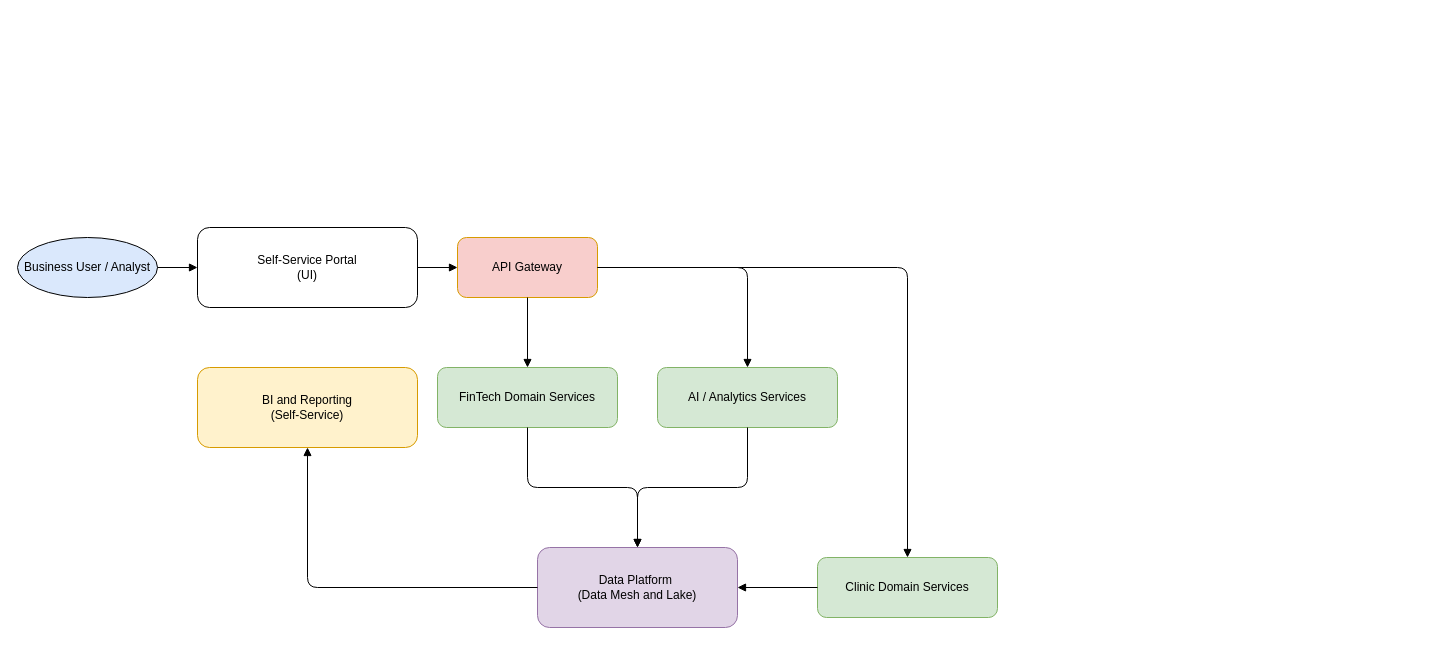
Above: Task 1/architecture_to_be_in_1_year.drawio in archibald7812/architecture-future_2_0 (draw.io), before the change. Source tidied: cells renumbered, new cells numbered last; positions are measured from the earlier drawing's top-left corner, leaving out a move shared by most shapes. Both pictures are drawn from the tidied source at 100%, with x=0, y=0 at pixel (17, 227).
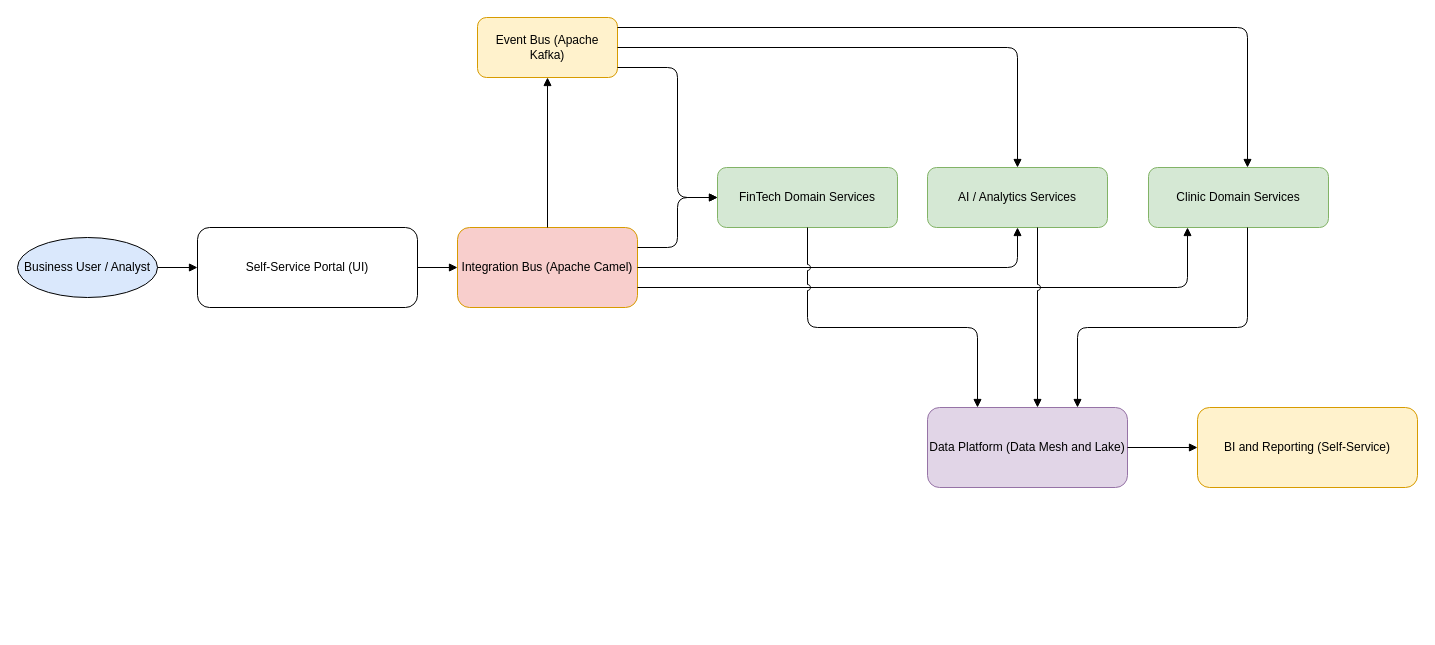
The same diagram, later.

Commit message (it also covers changes not shown here):
Исправления задания 1

Diff of the diagram source:
```diff
@@
-    <mxCell id="3" value="Self-Service Portal&lt;div&gt;(UI)&lt;/div&gt;" style="rounded=1;whiteSpace=wrap;html=1;fillColor=#ffffff;strokeColor=#000000;" parent="1" vertex="1">
+    <mxCell id="3" value="Self-Service Portal (UI)" style="rounded=1;whiteSpace=wrap;html=1;fillColor=#ffffff;strokeColor=#000000;" parent="1" vertex="1">
       <mxGeometry x="180" width="220" height="80" as="geometry" />
     </mxCell>
-    <mxCell id="4" value="API Gateway" style="rounded=1;whiteSpace=wrap;html=1;fillColor=#f8cecc;strokeColor=#d79b00;" parent="1" vertex="1">
-      <mxGeometry x="440" y="10" width="140" height="60" as="geometry" />
-    </mxCell>
+    <mxCell id="19" value="Integration Bus (Apache Camel)" style="rounded=1;whiteSpace=wrap;html=1;fillColor=#f8cecc;strokeColor=#d79b00;" parent="1" vertex="1">
+      <mxGeometry x="440" width="180" height="80" as="geometry" />
+    </mxCell>
+    <mxCell id="20" value="Event Bus (Apache Kafka)" style="rounded=1;whiteSpace=wrap;html=1;fillColor=#fff2cc;strokeColor=#d79b00;" parent="1" vertex="1">
+      <mxGeometry x="460" y="-210" width="140" height="60" as="geometry" />
+    </mxCell>
     <mxCell id="5" value="Clinic Domain Services" style="rounded=1;whiteSpace=wrap;html=1;fillColor=#d5e8d4;strokeColor=#82b366;" parent="1" vertex="1">
-      <mxGeometry x="800" y="330" width="180" height="60" as="geometry" />
+      <mxGeometry x="1131" y="-60" width="180" height="60" as="geometry" />
     </mxCell>
     <mxCell id="6" value="FinTech Domain Services" style="rounded=1;whiteSpace=wrap;html=1;fillColor=#d5e8d4;strokeColor=#82b366;" parent="1" vertex="1">
-      <mxGeometry x="420" y="140" width="180" height="60" as="geometry" />
+      <mxGeometry x="700" y="-60" width="180" height="60" as="geometry" />
     </mxCell>
     <mxCell id="7" value="AI / Analytics Services" style="rounded=1;whiteSpace=wrap;html=1;fillColor=#d5e8d4;strokeColor=#82b366;" parent="1" vertex="1">
-      <mxGeometry x="640" y="140" width="180" height="60" as="geometry" />
+      <mxGeometry x="910" y="-60" width="180" height="60" as="geometry" />
     </mxCell>
-    <mxCell id="8" value="Data Platform&amp;nbsp;&lt;div&gt;(Data Mesh and Lake)&lt;/div&gt;" style="rounded=1;whiteSpace=wrap;html=1;fillColor=#e1d5e7;strokeColor=#9673a6;" parent="1" vertex="1">
-      <mxGeometry x="520" y="320" width="200" height="80" as="geometry" />
+    <mxCell id="8" value="Data Platform (Data Mesh and Lake)" style="rounded=1;whiteSpace=wrap;html=1;fillColor=#e1d5e7;strokeColor=#9673a6;" parent="1" vertex="1">
+      <mxGeometry x="910" y="180" width="200" height="80" as="geometry" />
     </mxCell>
-    <mxCell id="9" value="BI and Reporting&lt;div&gt;(Self-Service)&lt;/div&gt;" style="rounded=1;whiteSpace=wrap;html=1;fillColor=#fff2cc;strokeColor=#d79b00;" parent="1" vertex="1">
-      <mxGeometry x="180" y="140" width="220" height="80" as="geometry" />
+    <mxCell id="9" value="BI and Reporting (Self-Service)" style="rounded=1;whiteSpace=wrap;html=1;fillColor=#fff2cc;strokeColor=#d79b00;" parent="1" vertex="1">
+      <mxGeometry x="1180" y="180" width="220" height="80" as="geometry" />
     </mxCell>
@@
-    <mxCell id="11" style="edgeStyle=orthogonalEdgeStyle;endArrow=block;html=1;" parent="1" edge="1" source="3" target="4">
+    <mxCell id="11" style="edgeStyle=orthogonalEdgeStyle;endArrow=block;html=1;" parent="1" edge="1" source="3" target="19">
       <mxGeometry relative="1" as="geometry" />
     </mxCell>
-    <mxCell id="12" style="edgeStyle=orthogonalEdgeStyle;endArrow=block;html=1;" parent="1" edge="1" source="4" target="5">
-      <mxGeometry relative="1" as="geometry" />
+    <mxCell id="12" style="edgeStyle=orthogonalEdgeStyle;endArrow=block;html=1;" parent="1" edge="1" source="19" target="5">
+      <mxGeometry relative="1" as="geometry">
+        <Array as="points">
+          <mxPoint x="1170" y="60" />
+        </Array>
+      </mxGeometry>
     </mxCell>
-    <mxCell id="13" style="edgeStyle=orthogonalEdgeStyle;endArrow=block;html=1;" parent="1" edge="1" source="4" target="6">
-      <mxGeometry relative="1" as="geometry" />
+    <mxCell id="13" style="edgeStyle=orthogonalEdgeStyle;endArrow=block;html=1;" parent="1" edge="1" source="19" target="6">
+      <mxGeometry relative="1" as="geometry">
+        <Array as="points">
+          <mxPoint x="660" y="20" />
+          <mxPoint x="660" y="-30" />
+        </Array>
+      </mxGeometry>
     </mxCell>
-    <mxCell id="14" style="edgeStyle=orthogonalEdgeStyle;endArrow=block;html=1;" parent="1" edge="1" source="4" target="7">
-      <mxGeometry relative="1" as="geometry" />
+    <mxCell id="14" style="edgeStyle=orthogonalEdgeStyle;endArrow=block;html=1;" parent="1" edge="1" source="19" target="7">
+      <mxGeometry relative="1" as="geometry">
+        <Array as="points">
+          <mxPoint x="1000" y="40" />
+        </Array>
+      </mxGeometry>
     </mxCell>
-    <mxCell id="15" style="edgeStyle=orthogonalEdgeStyle;endArrow=block;html=1;" parent="1" edge="1" source="5" target="8">
+    <mxCell id="15" style="edgeStyle=orthogonalEdgeStyle;endArrow=block;html=1;entryX=0.5;entryY=1;entryDx=0;entryDy=0;" parent="1" edge="1" source="19" target="20">
       <mxGeometry relative="1" as="geometry" />
     </mxCell>
-    <mxCell id="16" style="edgeStyle=orthogonalEdgeStyle;endArrow=block;html=1;" parent="1" edge="1" source="6" target="8">
-      <mxGeometry relative="1" as="geometry" />
+    <mxCell id="16" style="edgeStyle=orthogonalEdgeStyle;endArrow=block;html=1;" parent="1" edge="1" source="20" target="5">
+      <mxGeometry relative="1" as="geometry">
+        <Array as="points">
+          <mxPoint x="1230" y="-200" />
+        </Array>
+      </mxGeometry>
     </mxCell>
-    <mxCell id="17" style="edgeStyle=orthogonalEdgeStyle;endArrow=block;html=1;" parent="1" edge="1" source="7" target="8">
-      <mxGeometry relative="1" as="geometry" />
+    <mxCell id="17" style="edgeStyle=orthogonalEdgeStyle;endArrow=block;html=1;" parent="1" edge="1" source="20" target="6">
+      <mxGeometry relative="1" as="geometry">
+        <Array as="points">
+          <mxPoint x="660" y="-160" />
+          <mxPoint x="660" y="-30" />
+        </Array>
+      </mxGeometry>
     </mxCell>
-    <mxCell id="18" style="edgeStyle=orthogonalEdgeStyle;endArrow=block;html=1;" parent="1" edge="1" source="8" target="9">
-      <mxGeometry relative="1" as="geometry" />
+    <mxCell id="18" style="edgeStyle=orthogonalEdgeStyle;endArrow=block;html=1;exitX=1;exitY=0.5;exitDx=0;exitDy=0;" parent="1" edge="1" source="20" target="7">
+      <mxGeometry relative="1" as="geometry">
+        <Array as="points">
+          <mxPoint x="1000" y="-180" />
+        </Array>
+      </mxGeometry>
     </mxCell>
+    <mxCell id="21" style="edgeStyle=orthogonalEdgeStyle;endArrow=block;html=1;jumpStyle=arc;" parent="1" edge="1" source="5" target="8">
+      <mxGeometry relative="1" as="geometry">
+        <Array as="points">
+          <mxPoint x="1230" y="100" />
+          <mxPoint x="1060" y="100" />
+        </Array>
+      </mxGeometry>
+    </mxCell>
+    <mxCell id="22" style="edgeStyle=orthogonalEdgeStyle;endArrow=block;html=1;jumpStyle=arc;" parent="1" edge="1" source="6" target="8">
+      <mxGeometry relative="1" as="geometry">
+        <Array as="points">
+          <mxPoint x="790" y="100" />
+          <mxPoint x="960" y="100" />
+        </Array>
+      </mxGeometry>
+    </mxCell>
+    <mxCell id="23" style="edgeStyle=orthogonalEdgeStyle;endArrow=block;html=1;jumpStyle=arc;" parent="1" edge="1" source="7" target="8">
+      <mxGeometry relative="1" as="geometry">
+        <Array as="points">
+          <mxPoint x="1020" y="140" />
+          <mxPoint x="1020" y="140" />
+        </Array>
+      </mxGeometry>
+    </mxCell>
+    <mxCell id="24" style="edgeStyle=orthogonalEdgeStyle;endArrow=block;html=1;" parent="1" edge="1" source="8" target="9">
+      <mxGeometry relative="1" as="geometry" />
+    </mxCell>
```
